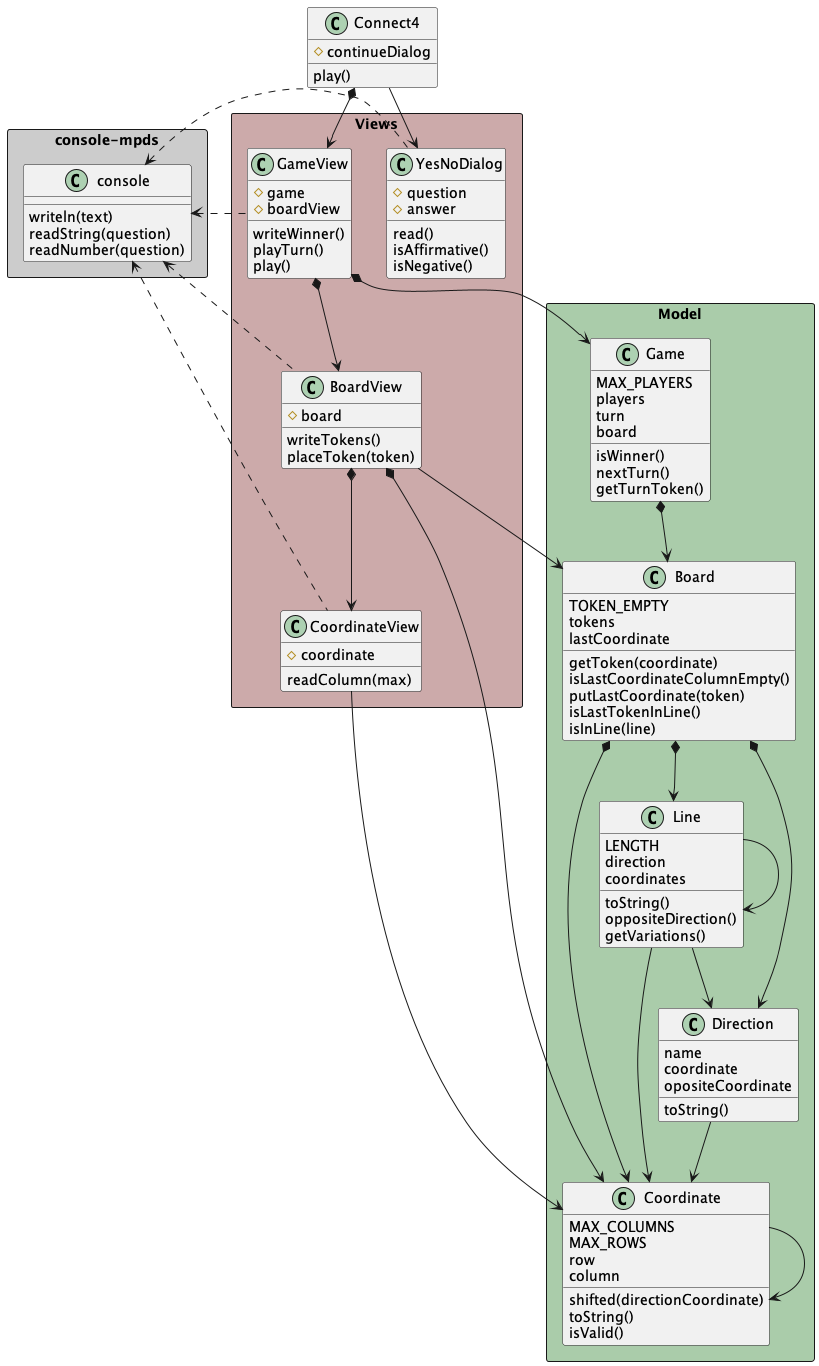
This is game-connect4/docs/diagrams/objectOriented/constructorFunction/class diagram/connect4_constructorFunction_classdiagram.png from mpaulaherrero/escuelaIT, a PlantUML export, as it was before one commit.
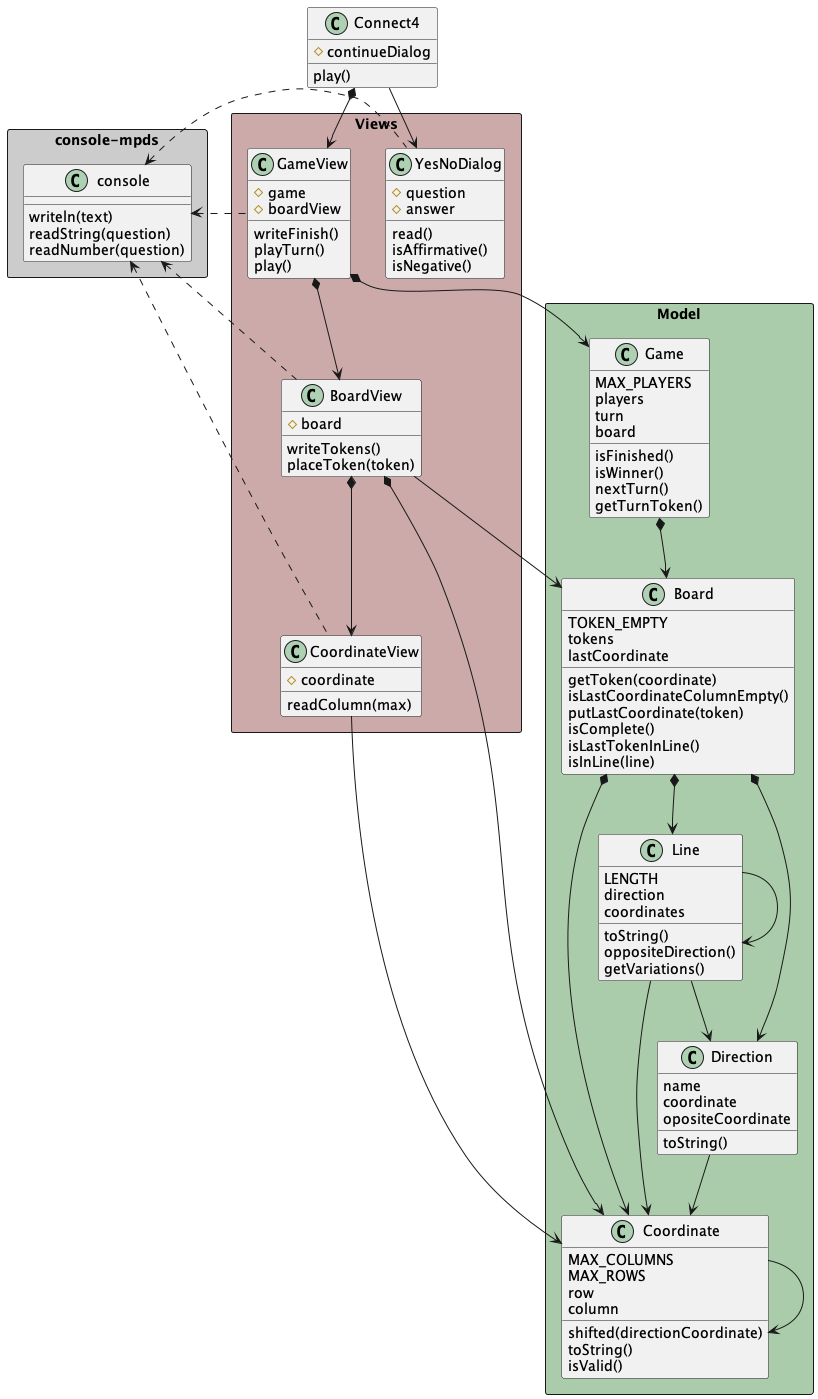
After the change.

The edit, as a diff of the source:
```diff
@@ -42,6 +42,7 @@
         getToken(coordinate)
         isLastCoordinateColumnEmpty()
         putLastCoordinate(token)
+        isComplete()
         isLastTokenInLine()
         isInLine(line)
     }
@@ -51,6 +52,7 @@
         players
         turn
         board
+        isFinished()
         isWinner()
         nextTurn()
         getTurnToken()
@@ -72,7 +74,7 @@
     class GameView {
         #game
         #boardView
-        writeWinner()
+        writeFinish()
         playTurn()
         play()
     }
```
